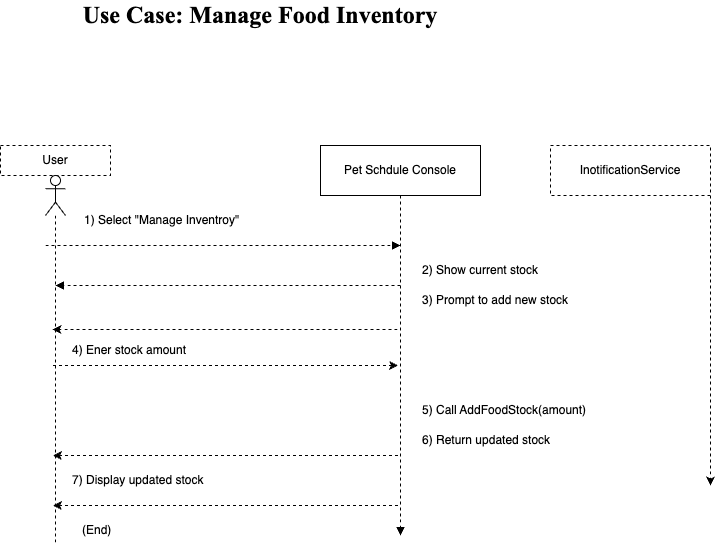
Above: Manage Food Inventory Use Case.png in bromroy/CS690-PetSchedule.App (draw.io), before the change. Source tidied: cells renumbered, new cells last; positions are measured from the earlier drawing's top-left corner, leaving out a move shared by most shapes. The source it was exported from:
```xml
<mxGraphModel>
  <root>
    <mxCell id="0" />
    <mxCell id="1" parent="0" />
    <mxCell id="2" value="User" style="html=1;whiteSpace=wrap;dashed=1;" parent="1" vertex="1">
      <mxGeometry y="145" width="110" height="30" as="geometry" />
    </mxCell>
    <mxCell id="3" style="shape=umlLifeline;perimeter=lifelinePerimeter;whiteSpace=wrap;html=1;newEdgeStyle={&quot;curved&quot;:0,&quot;rounded&quot;:0};participant=umlActor;" parent="1" vertex="1">
      <mxGeometry x="45" y="175" width="20" height="370" as="geometry" />
    </mxCell>
    <mxCell id="4" value="Pet Schdule Console" style="html=1;whiteSpace=wrap;" parent="1" vertex="1">
      <mxGeometry x="320" y="145" width="160" height="50" as="geometry" />
    </mxCell>
    <mxCell id="5" style="html=1;verticalAlign=bottom;labelBackgroundColor=none;endArrow=block;endFill=1;dashed=1;exitX=0.5;exitY=1;exitDx=0;exitDy=0;" parent="1" edge="1" source="4">
      <mxGeometry relative="1" as="geometry">
        <mxPoint x="400" y="535" as="targetPoint" />
      </mxGeometry>
    </mxCell>
    <mxCell id="6" style="html=1;verticalAlign=bottom;labelBackgroundColor=none;endArrow=block;endFill=1;dashed=1;" parent="1" edge="1">
      <mxGeometry relative="1" as="geometry">
        <mxPoint x="45" y="245" as="sourcePoint" />
        <mxPoint x="400" y="245" as="targetPoint" />
      </mxGeometry>
    </mxCell>
    <mxCell id="7" value="1) Select &quot;Manage Inventroy&quot;" style="text;strokeColor=none;align=left;fillColor=none;html=1;verticalAlign=middle;whiteSpace=wrap;rounded=0;" parent="1" vertex="1">
      <mxGeometry x="82" y="205" width="170" height="30" as="geometry" />
    </mxCell>
    <mxCell id="8" style="html=1;verticalAlign=bottom;labelBackgroundColor=none;endArrow=block;endFill=1;dashed=1;" parent="1" edge="1">
      <mxGeometry relative="1" as="geometry">
        <mxPoint x="400" y="285" as="sourcePoint" />
        <mxPoint x="55" y="285" as="targetPoint" />
      </mxGeometry>
    </mxCell>
    <mxCell id="9" value="2) Show current stock" style="text;strokeColor=none;align=left;fillColor=none;html=1;verticalAlign=middle;whiteSpace=wrap;rounded=0;" parent="1" vertex="1">
      <mxGeometry x="420" y="255" width="230" height="30" as="geometry" />
    </mxCell>
    <mxCell id="10" value="&lt;p style=&quot;margin: 0in; font-size: 12pt; font-family: &amp;quot;Times New Roman&amp;quot;, serif; color: rgb(0, 0, 0); text-align: start;&quot; class=&quot;MsoNormal&quot;&gt;&lt;b&gt;&lt;span style=&quot;font-size: 18pt;&quot;&gt;Use Case: Manage Food Inventory&lt;/span&gt;&lt;/b&gt;&lt;/p&gt;" style="text;strokeColor=none;align=center;fillColor=none;html=1;verticalAlign=middle;whiteSpace=wrap;rounded=0;dashed=1;dashPattern=1 1;" parent="1" vertex="1">
      <mxGeometry x="60" width="400" height="30" as="geometry" />
    </mxCell>
    <mxCell id="11" value="3) Prompt to add new stock" style="text;strokeColor=none;align=left;fillColor=none;html=1;verticalAlign=middle;whiteSpace=wrap;rounded=0;" parent="1" vertex="1">
      <mxGeometry x="420" y="285" width="260" height="30" as="geometry" />
    </mxCell>
    <mxCell id="12" style="html=1;verticalAlign=bottom;labelBackgroundColor=none;endArrow=classic;endFill=1;dashed=1;" parent="1" edge="1">
      <mxGeometry relative="1" as="geometry">
        <mxPoint x="397" y="329" as="sourcePoint" />
        <mxPoint x="52" y="329" as="targetPoint" />
      </mxGeometry>
    </mxCell>
    <mxCell id="13" value="4) Ener stock amount" style="text;strokeColor=none;align=left;fillColor=none;html=1;verticalAlign=middle;whiteSpace=wrap;rounded=0;" parent="1" vertex="1">
      <mxGeometry x="70" y="335" width="260" height="30" as="geometry" />
    </mxCell>
    <mxCell id="14" value="&lt;div&gt;&lt;span style=&quot;background-color: transparent;&quot;&gt;5) Call AddFoodStock(amount)&lt;/span&gt;&lt;br&gt;&lt;/div&gt;" style="text;strokeColor=none;align=left;fillColor=none;html=1;verticalAlign=middle;whiteSpace=wrap;rounded=0;" parent="1" vertex="1">
      <mxGeometry x="420" y="395" width="270" height="30" as="geometry" />
    </mxCell>
    <mxCell id="15" value="6) Return updated stock" style="text;strokeColor=none;align=left;fillColor=none;html=1;verticalAlign=middle;whiteSpace=wrap;rounded=0;" parent="1" vertex="1">
      <mxGeometry x="420" y="425" width="260" height="30" as="geometry" />
    </mxCell>
    <mxCell id="16" style="html=1;verticalAlign=bottom;labelBackgroundColor=none;endArrow=classic;endFill=1;dashed=1;" parent="1" edge="1">
      <mxGeometry relative="1" as="geometry">
        <mxPoint x="397.5" y="455" as="sourcePoint" />
        <mxPoint x="52.5" y="455" as="targetPoint" />
      </mxGeometry>
    </mxCell>
    <mxCell id="17" value="&lt;span style=&quot;color: rgb(0, 0, 0);&quot;&gt;(End)&lt;/span&gt;" style="text;strokeColor=none;align=left;fillColor=none;html=1;verticalAlign=middle;whiteSpace=wrap;rounded=0;" parent="1" vertex="1">
      <mxGeometry x="80" y="515" width="310" height="30" as="geometry" />
    </mxCell>
    <mxCell id="18" style="edgeStyle=none;html=1;exitX=1;exitY=1;exitDx=0;exitDy=0;dashed=1;" parent="1" edge="1" source="19">
      <mxGeometry relative="1" as="geometry">
        <mxPoint x="710" y="485" as="targetPoint" />
      </mxGeometry>
    </mxCell>
    <mxCell id="19" value="InotificationService" style="html=1;whiteSpace=wrap;dashed=1;" parent="1" vertex="1">
      <mxGeometry x="550" y="145" width="160" height="50" as="geometry" />
    </mxCell>
    <mxCell id="20" value="7) Display updated stock" style="text;strokeColor=none;align=left;fillColor=none;html=1;verticalAlign=middle;whiteSpace=wrap;rounded=0;" parent="1" vertex="1">
      <mxGeometry x="70" y="465" width="310" height="30" as="geometry" />
    </mxCell>
    <mxCell id="21" style="html=1;verticalAlign=bottom;labelBackgroundColor=none;endArrow=classic;endFill=1;dashed=1;" parent="1" edge="1">
      <mxGeometry relative="1" as="geometry">
        <mxPoint x="397.5" y="505" as="sourcePoint" />
        <mxPoint x="52.5" y="505" as="targetPoint" />
      </mxGeometry>
    </mxCell>
    <mxCell id="22" style="html=1;verticalAlign=bottom;labelBackgroundColor=none;endArrow=classic;endFill=1;dashed=1;" parent="1" edge="1">
      <mxGeometry relative="1" as="geometry">
        <mxPoint x="52.5" y="365" as="sourcePoint" />
        <mxPoint x="397.5" y="365" as="targetPoint" />
      </mxGeometry>
    </mxCell>
  </root>
</mxGraphModel>
```
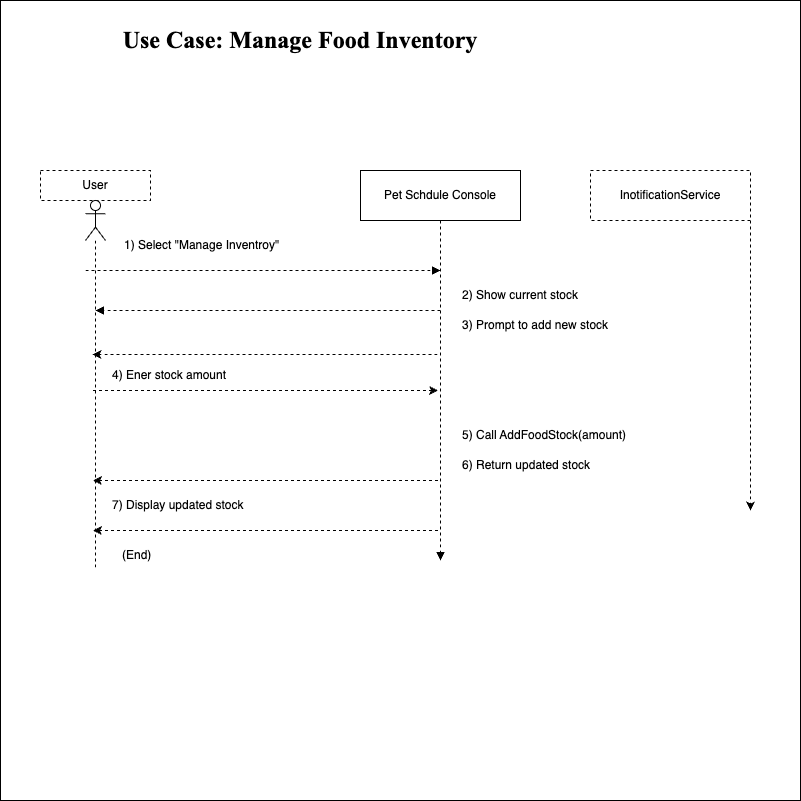
Later version of the same file.

Change to the diagram source:
```diff
@@ -2,6 +2,9 @@
   <root>
     <mxCell id="0" />
     <mxCell id="1" parent="0" />
+    <mxCell id="23" style="whiteSpace=wrap;html=1;" parent="1" vertex="1">
+      <mxGeometry x="-40" y="-25" width="800" height="800" as="geometry" />
+    </mxCell>
     <mxCell id="2" value="User" style="html=1;whiteSpace=wrap;dashed=1;" parent="1" vertex="1">
       <mxGeometry y="145" width="110" height="30" as="geometry" />
     </mxCell>
```
